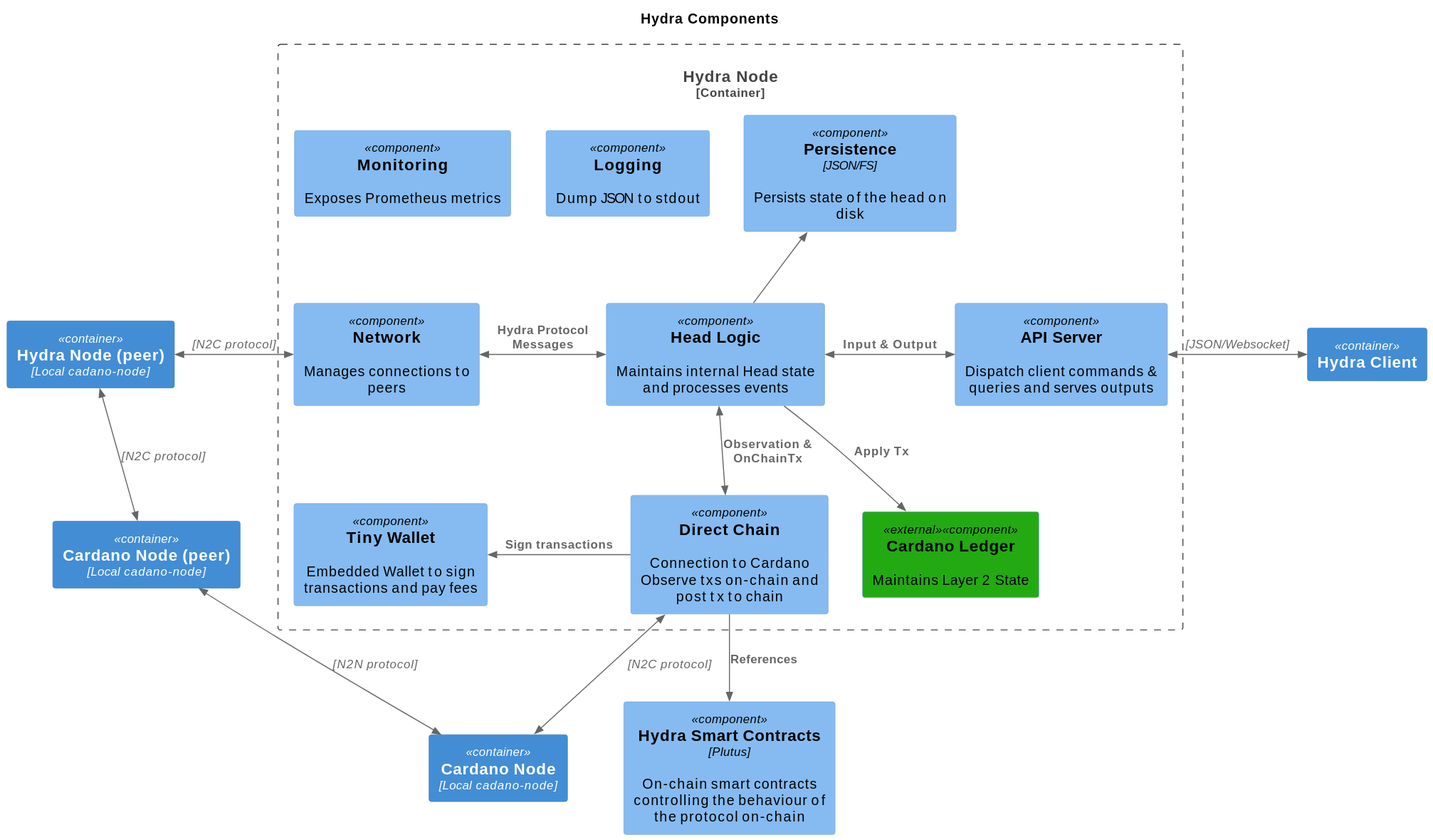
Earlier version of the PlantUML export core-concepts/architecture/hydra-components.svg (cardano-scaling/website). The source it was exported from:
```plantuml
@startuml
title "Hydra Components"
!include https://raw.githubusercontent.com/plantuml-stdlib/C4-PlantUML/master/C4_Component.puml

AddElementTag("external", $bgColor="#23aa12")

Container_Boundary(hydra_node, "Hydra Node") {
   Component(persistence, "Persistence", "JSON/FS", "Persists state of the head on disk", $link="https://github.com/input-output-hk/hydra/blob/master/hydra-node/src/Hydra/Persistence.hs")
   Component(head_logic, "Head Logic", "", "Maintains internal Head state and processes events", $link="https://github.com/input-output-hk/hydra/blob/master/hydra-node/src/Hydra/HeadLogic.hs")
   Component(api_server, "API Server", "", "Dispatch client commands & queries and serves outputs", $link="https://github.com/input-output-hk/hydra/blob/master/hydra-node/src/Hydra/API/Server.hs")
   Component(chain, "Direct Chain", "", "Connection to Cardano\nObserve txs on-chain and post tx to chain", $link="https://github.com/input-output-hk/hydra/blob/master/hydra-node/src/Hydra/Chain/Direct.hs")
   Component(wallet, "Tiny Wallet", "", "Embedded Wallet to sign transactions and pay fees", $link="https://github.com/input-output-hk/hydra/blob/master/hydra-node/src/Hydra/Chain/Direct/Wallet.hs")
   Component(network, "Network", "", "Manages connections to peers", $link="https://github.com/input-output-hk/hydra/blob/master/hydra-node/src/Hydra/Network/Ouroboros.hs")
   Component(logging, "Logging", "", "Dump JSON to stdout", $link="https://github.com/input-output-hk/hydra/blob/master/hydra-node/src/Hydra/Logging.hs")
   Component(monitoring, "Monitoring", "", "Exposes Prometheus metrics", $link="https://github.com/input-output-hk/hydra/blob/master/hydra-node/src/Hydra/Logging/Monitoring.hs")
   Component(ledger, "Cardano Ledger", "", "Maintains Layer 2 State", $tags="external")

   BiRel_L(head_logic, network, "Hydra Protocol Messages", "")
   BiRel_R(head_logic, api_server, "Input & Output", "")
   Rel_U(head_logic, persistence, "")
   BiRel_D(head_logic, chain, "Observation & OnChainTx", "")
   Rel_D(head_logic, ledger, "Apply Tx")

   Rel_L(chain, wallet, "Sign transactions", "")
}

Container(hydra_node_peer, "Hydra Node (peer)", "Local cadano-node")
Container(cardano_node, "Cardano Node", "Local cadano-node")
Container(cardano_node_peer, "Cardano Node (peer)", "Local cadano-node")
Container(hydra_client, "Hydra Client", "")
Component(smart_contracts, "Hydra Smart Contracts", "Plutus", "On-chain smart contracts controlling the behaviour of the protocol on-chain", $link="https://github.com/input-output-hk/hydra/tree/master/hydra-plutus")
Rel(chain, smart_contracts, "References", "")
BiRel_D(chain, cardano_node, "", "N2C protocol")
BiRel_L(cardano_node, cardano_node_peer, "", "N2N protocol")
BiRel(hydra_node_peer, cardano_node_peer, "", "N2C protocol")
BiRel_L(network, hydra_node_peer, "", "N2C protocol")
BiRel_R(api_server, hydra_client, "", "JSON/Websocket")
@enduml
```
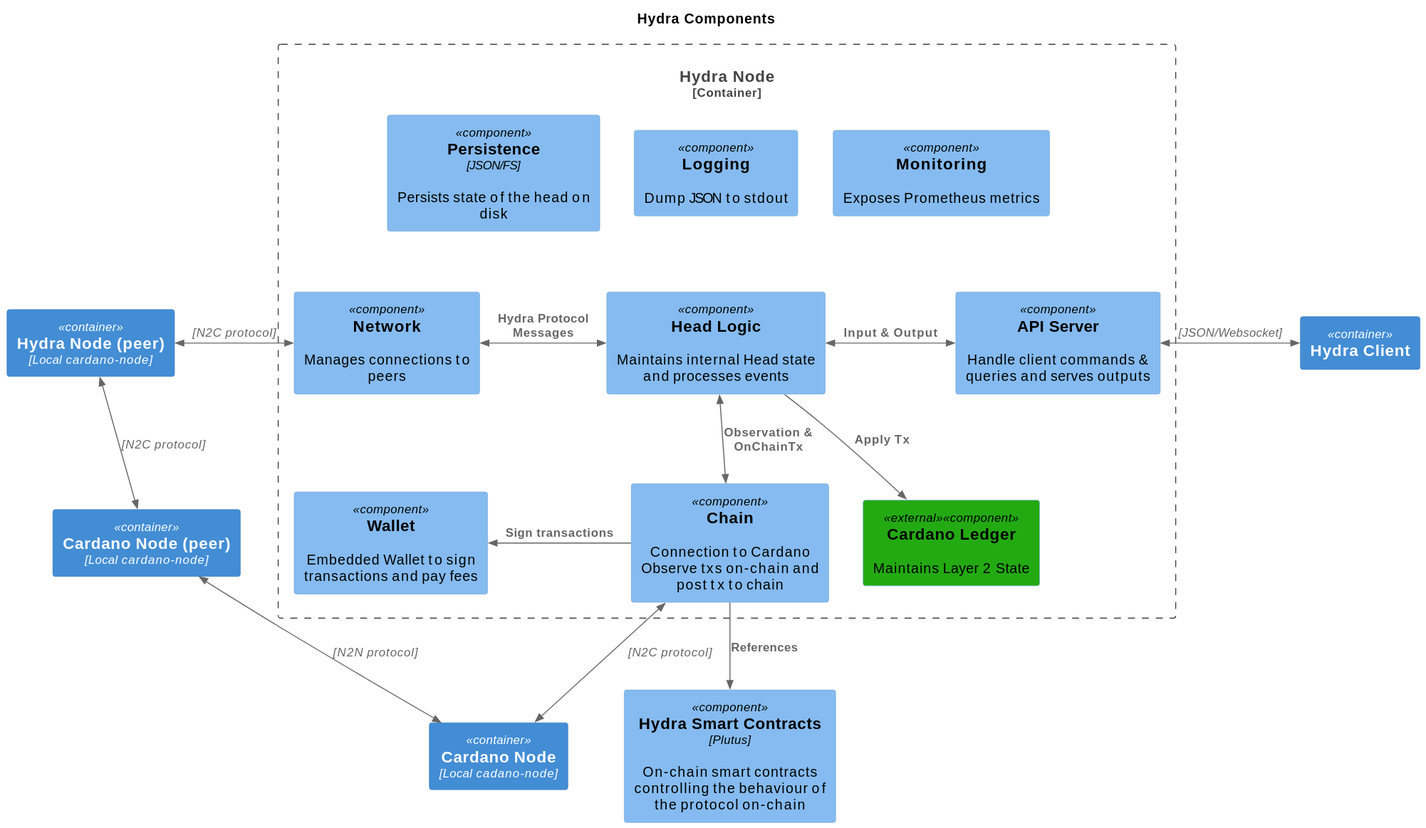
After the change.

Commit message:
Use more generic components in architecture diagram

What changed in the source:
```diff
@@ -7,26 +7,28 @@
 Container_Boundary(hydra_node, "Hydra Node") {
    Component(persistence, "Persistence", "JSON/FS", "Persists state of the head on disk", $link="https://github.com/input-output-hk/hydra/blob/master/hydra-node/src/Hydra/Persistence.hs")
    Component(head_logic, "Head Logic", "", "Maintains internal Head state and processes events", $link="https://github.com/input-output-hk/hydra/blob/master/hydra-node/src/Hydra/HeadLogic.hs")
-   Component(api_server, "API Server", "", "Dispatch client commands & queries and serves outputs", $link="https://github.com/input-output-hk/hydra/blob/master/hydra-node/src/Hydra/API/Server.hs")
-   Component(chain, "Direct Chain", "", "Connection to Cardano\nObserve txs on-chain and post tx to chain", $link="https://github.com/input-output-hk/hydra/blob/master/hydra-node/src/Hydra/Chain/Direct.hs")
-   Component(wallet, "Tiny Wallet", "", "Embedded Wallet to sign transactions and pay fees", $link="https://github.com/input-output-hk/hydra/blob/master/hydra-node/src/Hydra/Chain/Direct/Wallet.hs")
-   Component(network, "Network", "", "Manages connections to peers", $link="https://github.com/input-output-hk/hydra/blob/master/hydra-node/src/Hydra/Network/Ouroboros.hs")
+   Component(api_server, "API Server", "", "Handle client commands & queries and serves outputs", $link="https://github.com/input-output-hk/hydra/blob/master/hydra-node/src/Hydra/API/Server.hs")
+   Component(chain, "Chain", "", "Connection to Cardano\nObserve txs on-chain and post tx to chain", $link="https://github.com/input-output-hk/hydra/blob/master/hydra-node/src/Hydra/Chain.hs")
+   Component(wallet, "Wallet", "", "Embedded Wallet to sign transactions and pay fees", $link="https://github.com/input-output-hk/hydra/blob/master/hydra-node/src/Hydra/Chain/Direct/Wallet.hs")
+   Component(network, "Network", "", "Manages connections to peers", $link="https://github.com/input-output-hk/hydra/blob/master/hydra-node/src/Hydra/Network.hs")
    Component(logging, "Logging", "", "Dump JSON to stdout", $link="https://github.com/input-output-hk/hydra/blob/master/hydra-node/src/Hydra/Logging.hs")
    Component(monitoring, "Monitoring", "", "Exposes Prometheus metrics", $link="https://github.com/input-output-hk/hydra/blob/master/hydra-node/src/Hydra/Logging/Monitoring.hs")
    Component(ledger, "Cardano Ledger", "", "Maintains Layer 2 State", $tags="external")
 
+   Lay_U(head_logic, persistence)
+   Lay_U(head_logic, logging)
+   Lay_U(head_logic, monitoring)
    BiRel_L(head_logic, network, "Hydra Protocol Messages", "")
    BiRel_R(head_logic, api_server, "Input & Output", "")
-   Rel_U(head_logic, persistence, "")
    BiRel_D(head_logic, chain, "Observation & OnChainTx", "")
    Rel_D(head_logic, ledger, "Apply Tx")
 
    Rel_L(chain, wallet, "Sign transactions", "")
 }
 
-Container(hydra_node_peer, "Hydra Node (peer)", "Local cadano-node")
+Container(hydra_node_peer, "Hydra Node (peer)", "Local cardano-node")
 Container(cardano_node, "Cardano Node", "Local cadano-node")
-Container(cardano_node_peer, "Cardano Node (peer)", "Local cadano-node")
+Container(cardano_node_peer, "Cardano Node (peer)", "Local cardano-node")
 Container(hydra_client, "Hydra Client", "")
 Component(smart_contracts, "Hydra Smart Contracts", "Plutus", "On-chain smart contracts controlling the behaviour of the protocol on-chain", $link="https://github.com/input-output-hk/hydra/tree/master/hydra-plutus")
 Rel(chain, smart_contracts, "References", "")
```
